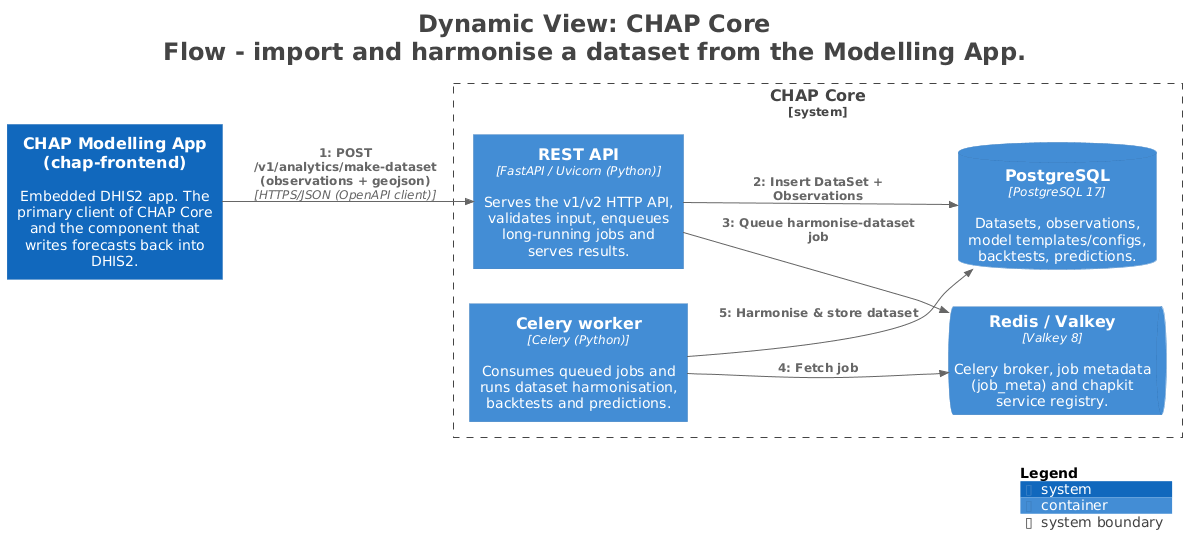
This is architecture/diagrams/plantuml/Flow_IngestDataset.png from dhis2-chap/chap-core, a PlantUML export, as it was before one commit. The source it was exported from:
```plantuml
@startuml
title <size:24>Dynamic View: CHAP Core</size>\n<size:24>Flow - import and harmonise a dataset from the Modelling App.</size>

set separator none
left to right direction

<style>
  root {
    BackgroundColor: #ffffff
    FontColor: #444444
  }
</style>

!include <C4/C4>
!include <C4/C4_Context>
!include <C4/C4_Container>

System_Boundary("CHAPCore_boundary", "CHAP Core", $tags="") {
  Container(CHAPCore.Celeryworker, "Celery worker", $techn="Celery (Python)", $descr="Consumes queued jobs and runs dataset harmonisation, backtests and predictions.", $tags="", $link="")
  ContainerQueue(CHAPCore.RedisValkey, "Redis / Valkey", $techn="Valkey 8", $descr="Celery broker, job metadata (job_meta) and chapkit service registry.", $tags="", $link="")
  ContainerDb(CHAPCore.PostgreSQL, "PostgreSQL", $techn="PostgreSQL 17", $descr="Datasets, observations, model templates/configs, backtests, predictions.", $tags="", $link="")
  Container(CHAPCore.RESTAPI, "REST API", $techn="FastAPI / Uvicorn (Python)", $descr="Serves the v1/v2 HTTP API, validates input, enqueues long-running jobs and serves results.", $tags="", $link="")
}

System(CHAPModellingAppchapfrontend, "CHAP Modelling App (chap-frontend)", $descr="Embedded DHIS2 app. The primary client of CHAP Core and the component that writes forecasts back into DHIS2.", $tags="", $link="")

Rel(CHAPModellingAppchapfrontend, CHAPCore.RESTAPI, "1: POST /v1/analytics/make-dataset (observations + geojson)", $techn="HTTPS/JSON (OpenAPI client)", $tags="", $link="")
Rel(CHAPCore.RESTAPI, CHAPCore.PostgreSQL, "2: Insert DataSet + Observations", $techn="", $tags="", $link="")
Rel(CHAPCore.RESTAPI, CHAPCore.RedisValkey, "3: Queue harmonise-dataset job", $techn="", $tags="", $link="")
Rel(CHAPCore.Celeryworker, CHAPCore.RedisValkey, "4: Fetch job", $techn="", $tags="", $link="")
Rel(CHAPCore.Celeryworker, CHAPCore.PostgreSQL, "5: Harmonise & store dataset", $techn="", $tags="", $link="")

SHOW_LEGEND(true)
hide stereotypes
@enduml
```
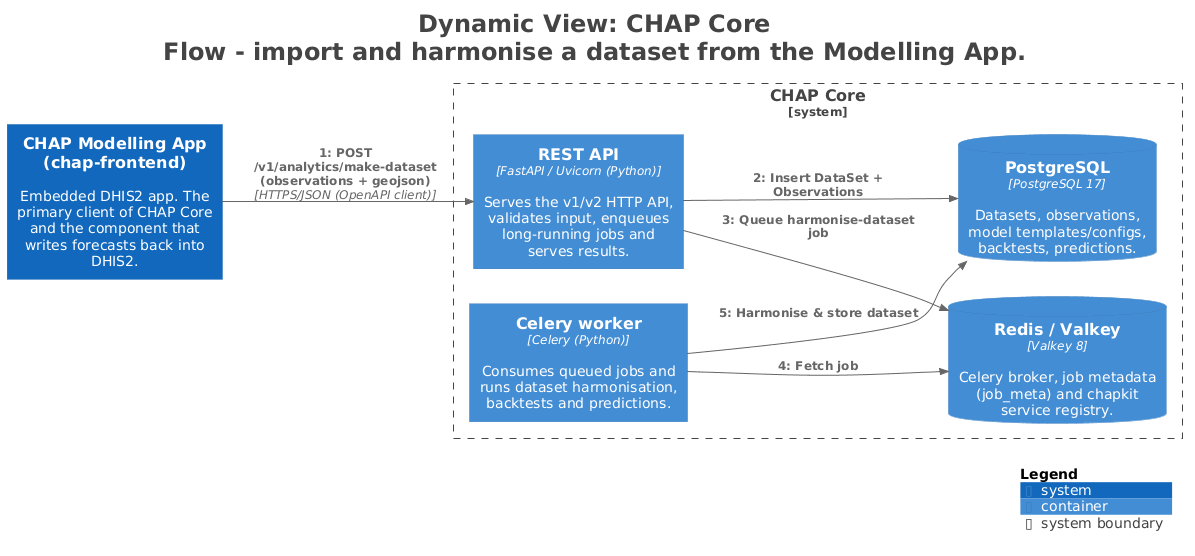
After the change.

The edit, as a diff of the source:
```diff
@@ -17,7 +17,7 @@
 
 System_Boundary("CHAPCore_boundary", "CHAP Core", $tags="") {
   Container(CHAPCore.Celeryworker, "Celery worker", $techn="Celery (Python)", $descr="Consumes queued jobs and runs dataset harmonisation, backtests and predictions.", $tags="", $link="")
-  ContainerQueue(CHAPCore.RedisValkey, "Redis / Valkey", $techn="Valkey 8", $descr="Celery broker, job metadata (job_meta) and chapkit service registry.", $tags="", $link="")
+  ContainerDb(CHAPCore.RedisValkey, "Redis / Valkey", $techn="Valkey 8", $descr="Celery broker, job metadata (job_meta) and chapkit service registry.", $tags="", $link="")
   ContainerDb(CHAPCore.PostgreSQL, "PostgreSQL", $techn="PostgreSQL 17", $descr="Datasets, observations, model templates/configs, backtests, predictions.", $tags="", $link="")
   Container(CHAPCore.RESTAPI, "REST API", $techn="FastAPI / Uvicorn (Python)", $descr="Serves the v1/v2 HTTP API, validates input, enqueues long-running jobs and serves results.", $tags="", $link="")
 }
```
